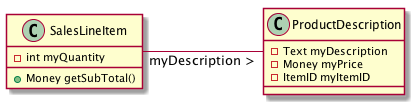
This is Lectures/FClassToCode.png from bth-dipt-teaching/PA1458-OO-Design, a PlantUML export, as it was before one commit.
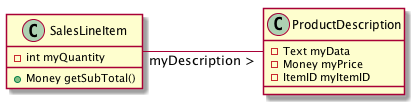
The same file after the commit.

The edit, as a diff of the source:
```diff
@@ -3,7 +3,7 @@
 SalesLineItem : -int myQuantity
 SalesLineItem : +Money getSubTotal()
 SalesLineItem --- "myDescription >" ProductDescription
-ProductDescription : -Text myDescription
+ProductDescription : -Text myData
 ProductDescription : -Money myPrice
 ProductDescription : -ItemID myItemID
 @enduml
```
